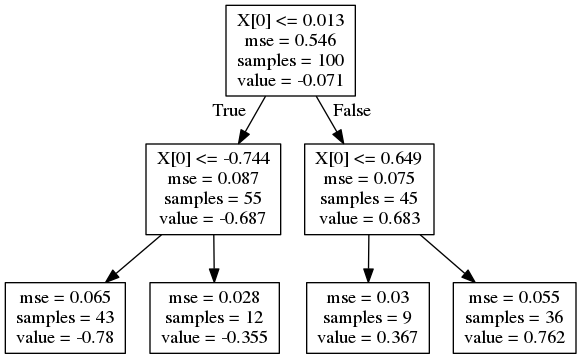
Earlier version of the Graphviz export daily/8/ml_zou/graphRegress.png (mckjzhangxk/deepAI). Its source is kept beside it as daily/8/ml_zou/graphRegress.dot.
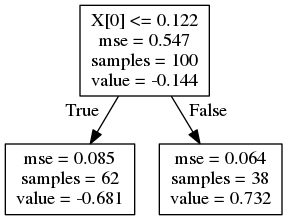
After the commit.

What changed in the source:
```diff
@@ -1,116 +1,8 @@
 digraph Tree {
 node [shape=box] ;
-0 [label="X[0] <= 0.076\nmse = 0.514\nsamples = 100\nvalue = 0.059"] ;
-1 [label="X[0] <= -0.525\nmse = 0.078\nsamples = 46\nvalue = -0.661"] ;
+0 [label="X[0] <= 0.122\nmse = 0.547\nsamples = 100\nvalue = -0.144"] ;
+1 [label="mse = 0.085\nsamples = 62\nvalue = -0.681"] ;
 0 -> 1 [labeldistance=2.5, labelangle=45, headlabel="True"] ;
-2 [label="X[0] <= -2.406\nmse = 0.055\nsamples = 40\nvalue = -0.726"] ;
-1 -> 2 ;
-3 [label="X[0] <= -2.765\nmse = 0.022\nsamples = 13\nvalue = -0.451"] ;
-2 -> 3 ;
-4 [label="X[0] <= -2.821\nmse = 0.003\nsamples = 4\nvalue = -0.253"] ;
-3 -> 4 ;
-5 [label="mse = 0.001\nsamples = 2\nvalue = -0.201"] ;
-4 -> 5 ;
-6 [label="mse = 0.0\nsamples = 2\nvalue = -0.305"] ;
-4 -> 6 ;
-7 [label="X[0] <= -2.636\nmse = 0.006\nsamples = 9\nvalue = -0.538"] ;
-3 -> 7 ;
-8 [label="mse = 0.001\nsamples = 3\nvalue = -0.44"] ;
-7 -> 8 ;
-9 [label="mse = 0.001\nsamples = 6\nvalue = -0.588"] ;
-7 -> 9 ;
-10 [label="X[0] <= -1.031\nmse = 0.017\nsamples = 27\nvalue = -0.859"] ;
-2 -> 10 ;
-11 [label="X[0] <= -2.113\nmse = 0.014\nsamples = 22\nvalue = -0.894"] ;
-10 -> 11 ;
-12 [label="mse = 0.003\nsamples = 6\nvalue = -0.735"] ;
-11 -> 12 ;
-13 [label="mse = 0.005\nsamples = 16\nvalue = -0.954"] ;
-11 -> 13 ;
-14 [label="X[0] <= -0.782\nmse = 0.003\nsamples = 5\nvalue = -0.704"] ;
-10 -> 14 ;
-15 [label="mse = 0.001\nsamples = 2\nvalue = -0.761"] ;
-14 -> 15 ;
-16 [label="mse = 0.001\nsamples = 3\nvalue = -0.666"] ;
-14 -> 16 ;
-17 [label="X[0] <= -0.171\nmse = 0.014\nsamples = 6\nvalue = -0.226"] ;
-1 -> 17 ;
-18 [label="X[0] <= -0.262\nmse = 0.003\nsamples = 4\nvalue = -0.298"] ;
-17 -> 18 ;
-19 [label="X[0] <= -0.347\nmse = 0.001\nsamples = 3\nvalue = -0.327"] ;
-18 -> 19 ;
-20 [label="mse = 0.0\nsamples = 1\nvalue = -0.372"] ;
-19 -> 20 ;
-21 [label="mse = 0.0\nsamples = 2\nvalue = -0.305"] ;
-19 -> 21 ;
-22 [label="mse = 0.0\nsamples = 1\nvalue = -0.21"] ;
-18 -> 22 ;
-23 [label="X[0] <= -0.068\nmse = 0.004\nsamples = 2\nvalue = -0.083"] ;
-17 -> 23 ;
-24 [label="mse = 0.0\nsamples = 1\nvalue = -0.148"] ;
-23 -> 24 ;
-25 [label="mse = -0.0\nsamples = 1\nvalue = -0.017"] ;
-23 -> 25 ;
-26 [label="X[0] <= 0.66\nmse = 0.068\nsamples = 54\nvalue = 0.672"] ;
-0 -> 26 [labeldistance=2.5, labelangle=-45, headlabel="False"] ;
-27 [label="X[0] <= 0.361\nmse = 0.018\nsamples = 16\nvalue = 0.406"] ;
-26 -> 27 ;
-28 [label="X[0] <= 0.298\nmse = 0.004\nsamples = 5\nvalue = 0.236"] ;
-27 -> 28 ;
-29 [label="X[0] <= 0.232\nmse = 0.001\nsamples = 3\nvalue = 0.19"] ;
-28 -> 29 ;
-30 [label="mse = 0.0\nsamples = 2\nvalue = 0.176"] ;
-29 -> 30 ;
-31 [label="mse = 0.0\nsamples = 1\nvalue = 0.219"] ;
-29 -> 31 ;
-32 [label="X[0] <= 0.328\nmse = 0.001\nsamples = 2\nvalue = 0.305"] ;
-28 -> 32 ;
-33 [label="mse = 0.0\nsamples = 1\nvalue = 0.328"] ;
-32 -> 33 ;
-34 [label="mse = 0.0\nsamples = 1\nvalue = 0.282"] ;
-32 -> 34 ;
-35 [label="X[0] <= 0.522\nmse = 0.006\nsamples = 11\nvalue = 0.483"] ;
-27 -> 35 ;
-36 [label="X[0] <= 0.407\nmse = 0.001\nsamples = 6\nvalue = 0.425"] ;
-35 -> 36 ;
-37 [label="mse = 0.0\nsamples = 1\nvalue = 0.384"] ;
-36 -> 37 ;
-38 [label="mse = 0.001\nsamples = 5\nvalue = 0.433"] ;
-36 -> 38 ;
-39 [label="X[0] <= 0.551\nmse = 0.002\nsamples = 5\nvalue = 0.553"] ;
-35 -> 39 ;
-40 [label="mse = 0.0\nsamples = 2\nvalue = 0.522"] ;
-39 -> 40 ;
-41 [label="mse = 0.002\nsamples = 3\nvalue = 0.574"] ;
-39 -> 41 ;
-42 [label="X[0] <= 2.573\nmse = 0.047\nsamples = 38\nvalue = 0.784"] ;
-26 -> 42 ;
-43 [label="X[0] <= 0.992\nmse = 0.017\nsamples = 32\nvalue = 0.862"] ;
-42 -> 43 ;
-44 [label="X[0] <= 0.706\nmse = 0.001\nsamples = 5\nvalue = 0.698"] ;
-43 -> 44 ;
-45 [label="mse = 0.0\nsamples = 1\nvalue = 0.646"] ;
-44 -> 45 ;
-46 [label="mse = 0.001\nsamples = 4\nvalue = 0.71"] ;
-44 -> 46 ;
-47 [label="X[0] <= 2.202\nmse = 0.014\nsamples = 27\nvalue = 0.892"] ;
-43 -> 47 ;
-48 [label="mse = 0.005\nsamples = 20\nvalue = 0.948"] ;
-47 -> 48 ;
-49 [label="mse = 0.005\nsamples = 7\nvalue = 0.734"] ;
-47 -> 49 ;
-50 [label="X[0] <= 2.84\nmse = 0.001\nsamples = 6\nvalue = 0.369"] ;
-42 -> 50 ;
-51 [label="X[0] <= 2.759\nmse = 0.0\nsamples = 3\nvalue = 0.397"] ;
-50 -> 51 ;
-52 [label="mse = 0.0\nsamples = 1\nvalue = 0.427"] ;
-51 -> 52 ;
-53 [label="mse = 0.0\nsamples = 2\nvalue = 0.381"] ;
-51 -> 53 ;
-54 [label="X[0] <= 2.866\nmse = 0.001\nsamples = 3\nvalue = 0.341"] ;
-50 -> 54 ;
-55 [label="mse = 0.0\nsamples = 2\nvalue = 0.353"] ;
-54 -> 55 ;
-56 [label="mse = -0.0\nsamples = 1\nvalue = 0.316"] ;
-54 -> 56 ;
+2 [label="mse = 0.064\nsamples = 38\nvalue = 0.732"] ;
+0 -> 2 [labeldistance=2.5, labelangle=-45, headlabel="False"] ;
 }
```
